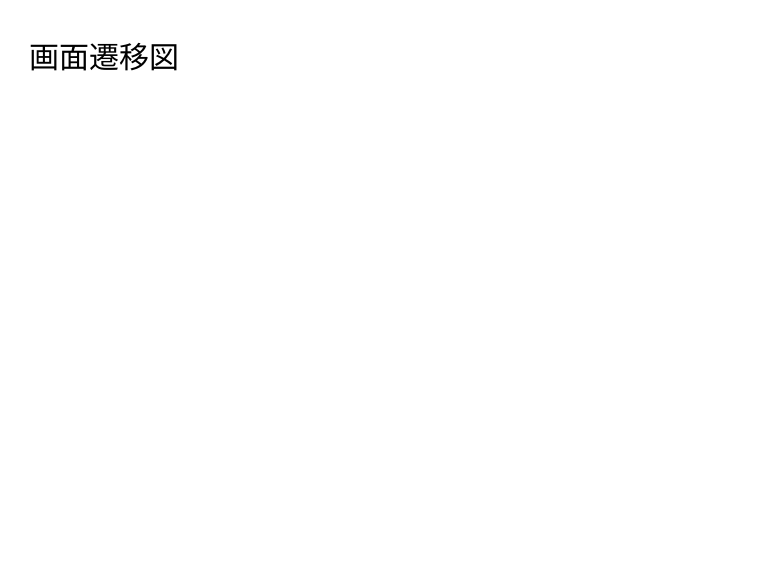
This is std.dio from nobmurakami/my-game-db, a draw.io file, before an edit. Source tidied: cells renumbered, new cells numbered last; positions are measured from the earlier drawing's top-left corner, leaving out a move shared by most shapes. Both pictures are drawn from the tidied source at 100%, with x=0, y=0 at pixel (17, 17).
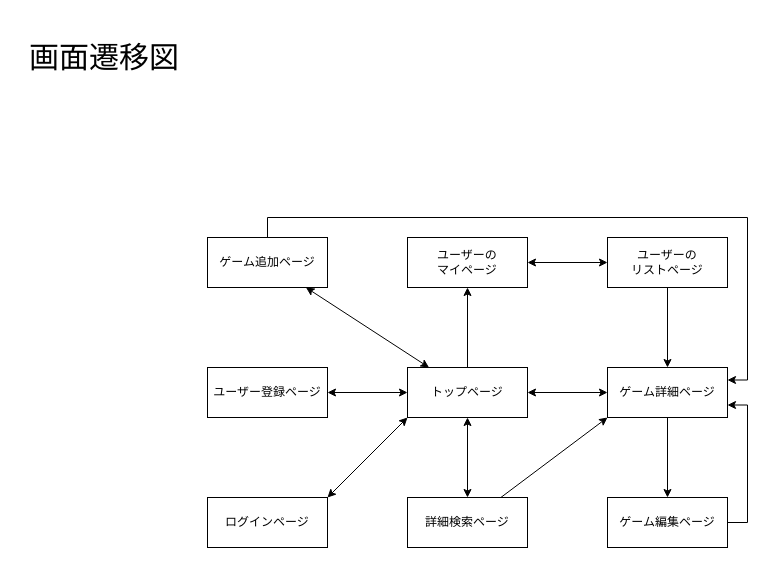
After the change.

Commit message:
画面遷移図を更新

Diff of the diagram source:
```diff
@@
+    <mxCell id="3" style="edgeStyle=orthogonalEdgeStyle;rounded=0;jettySize=auto;html=1;fontSize=12;startArrow=classic;startFill=1;" parent="1" edge="1" source="9" target="10">
+      <mxGeometry relative="1" as="geometry" />
+    </mxCell>
+    <mxCell id="4" style="rounded=0;jettySize=auto;html=1;exitX=0;exitY=1;exitDx=0;exitDy=0;entryX=1;entryY=0;entryDx=0;entryDy=0;fontSize=12;startArrow=classic;startFill=1;" parent="1" edge="1" source="9" target="11">
+      <mxGeometry relative="1" as="geometry" />
+    </mxCell>
+    <mxCell id="5" style="edgeStyle=none;rounded=0;jettySize=auto;html=1;startArrow=classic;startFill=1;fontSize=12;" parent="1" edge="1" source="9" target="13">
+      <mxGeometry relative="1" as="geometry" />
+    </mxCell>
+    <mxCell id="6" style="edgeStyle=none;rounded=0;jettySize=auto;html=1;startArrow=classic;startFill=1;fontSize=12;" parent="1" edge="1" source="9" target="15">
+      <mxGeometry relative="1" as="geometry" />
+    </mxCell>
+    <mxCell id="7" style="edgeStyle=none;rounded=0;jettySize=auto;html=1;startArrow=classic;startFill=1;fontSize=12;" parent="1" edge="1" source="9" target="17">
+      <mxGeometry relative="1" as="geometry" />
+    </mxCell>
+    <mxCell id="8" style="edgeStyle=none;rounded=0;jettySize=auto;html=1;startArrow=none;startFill=0;fontSize=12;" parent="1" edge="1" source="9" target="19">
+      <mxGeometry relative="1" as="geometry" />
+    </mxCell>
+    <mxCell id="9" value="トップページ" style="rounded=0;whiteSpace=wrap;fontSize=12;align=center;verticalAlign=middle;spacing=2;" parent="1" vertex="1">
+      <mxGeometry x="390" y="350" width="120" height="50" as="geometry" />
+    </mxCell>
+    <mxCell id="10" value="ユーザー登録ページ" style="rounded=0;whiteSpace=wrap;fontSize=12;align=center;verticalAlign=middle;spacing=2;" parent="1" vertex="1">
+      <mxGeometry x="190" y="350" width="120" height="50" as="geometry" />
+    </mxCell>
+    <mxCell id="11" value="ログインページ" style="rounded=0;whiteSpace=wrap;fontSize=12;align=center;verticalAlign=middle;spacing=2;" parent="1" vertex="1">
+      <mxGeometry x="190" y="480" width="120" height="50" as="geometry" />
+    </mxCell>
+    <mxCell id="12" style="edgeStyle=orthogonalEdgeStyle;rounded=0;jettySize=auto;html=1;exitX=0.5;exitY=0;exitDx=0;exitDy=0;entryX=1;entryY=0.25;entryDx=0;entryDy=0;startArrow=none;startFill=0;fontSize=12;" parent="1" edge="1" source="13" target="17">
+      <mxGeometry relative="1" as="geometry" />
+    </mxCell>
+    <mxCell id="13" value="ゲーム追加ページ" style="rounded=0;whiteSpace=wrap;fontSize=12;align=center;verticalAlign=middle;spacing=2;" parent="1" vertex="1">
+      <mxGeometry x="190" y="220" width="120" height="50" as="geometry" />
+    </mxCell>
+    <mxCell id="14" style="edgeStyle=none;rounded=0;jettySize=auto;html=1;startArrow=none;startFill=0;fontSize=12;entryX=0;entryY=1;entryDx=0;entryDy=0;" parent="1" edge="1" source="15" target="17">
+      <mxGeometry relative="1" as="geometry" />
+    </mxCell>
+    <mxCell id="15" value="詳細検索ページ" style="rounded=0;whiteSpace=wrap;fontSize=12;align=center;verticalAlign=middle;spacing=2;" parent="1" vertex="1">
+      <mxGeometry x="390" y="480" width="120" height="50" as="geometry" />
+    </mxCell>
+    <mxCell id="16" style="edgeStyle=orthogonalEdgeStyle;rounded=0;jettySize=auto;html=1;startArrow=none;startFill=0;fontSize=12;" parent="1" edge="1" source="17" target="23">
+      <mxGeometry relative="1" as="geometry" />
+    </mxCell>
+    <mxCell id="17" value="ゲーム詳細ページ" style="rounded=0;whiteSpace=wrap;fontSize=12;align=center;verticalAlign=middle;spacing=2;" parent="1" vertex="1">
+      <mxGeometry x="590" y="350" width="120" height="50" as="geometry" />
+    </mxCell>
+    <mxCell id="18" style="edgeStyle=orthogonalEdgeStyle;rounded=0;jettySize=auto;html=1;startArrow=classic;startFill=1;fontSize=12;" parent="1" edge="1" source="19" target="21">
+      <mxGeometry relative="1" as="geometry" />
+    </mxCell>
+    <mxCell id="19" value="ユーザーの&#10;マイページ" style="rounded=0;whiteSpace=wrap;fontSize=12;align=center;verticalAlign=middle;spacing=2;" parent="1" vertex="1">
+      <mxGeometry x="390" y="220" width="120" height="50" as="geometry" />
+    </mxCell>
+    <mxCell id="20" style="edgeStyle=orthogonalEdgeStyle;rounded=0;jettySize=auto;html=1;startArrow=none;startFill=0;fontSize=12;" parent="1" edge="1" source="21" target="17">
+      <mxGeometry relative="1" as="geometry" />
+    </mxCell>
+    <mxCell id="21" value="ユーザーの&#10;リストページ" style="rounded=0;whiteSpace=wrap;fontSize=12;align=center;verticalAlign=middle;spacing=2;" parent="1" vertex="1">
+      <mxGeometry x="590" y="220" width="120" height="50" as="geometry" />
+    </mxCell>
+    <mxCell id="22" style="edgeStyle=orthogonalEdgeStyle;rounded=0;jettySize=auto;html=1;exitX=1;exitY=0.5;exitDx=0;exitDy=0;entryX=1;entryY=0.75;entryDx=0;entryDy=0;startArrow=none;startFill=0;fontSize=12;" parent="1" edge="1" source="23" target="17">
+      <mxGeometry relative="1" as="geometry" />
+    </mxCell>
+    <mxCell id="23" value="ゲーム編集ページ" style="rounded=0;whiteSpace=wrap;fontSize=12;align=center;verticalAlign=middle;spacing=2;" parent="1" vertex="1">
+      <mxGeometry x="590" y="480" width="120" height="50" as="geometry" />
+    </mxCell>
```
